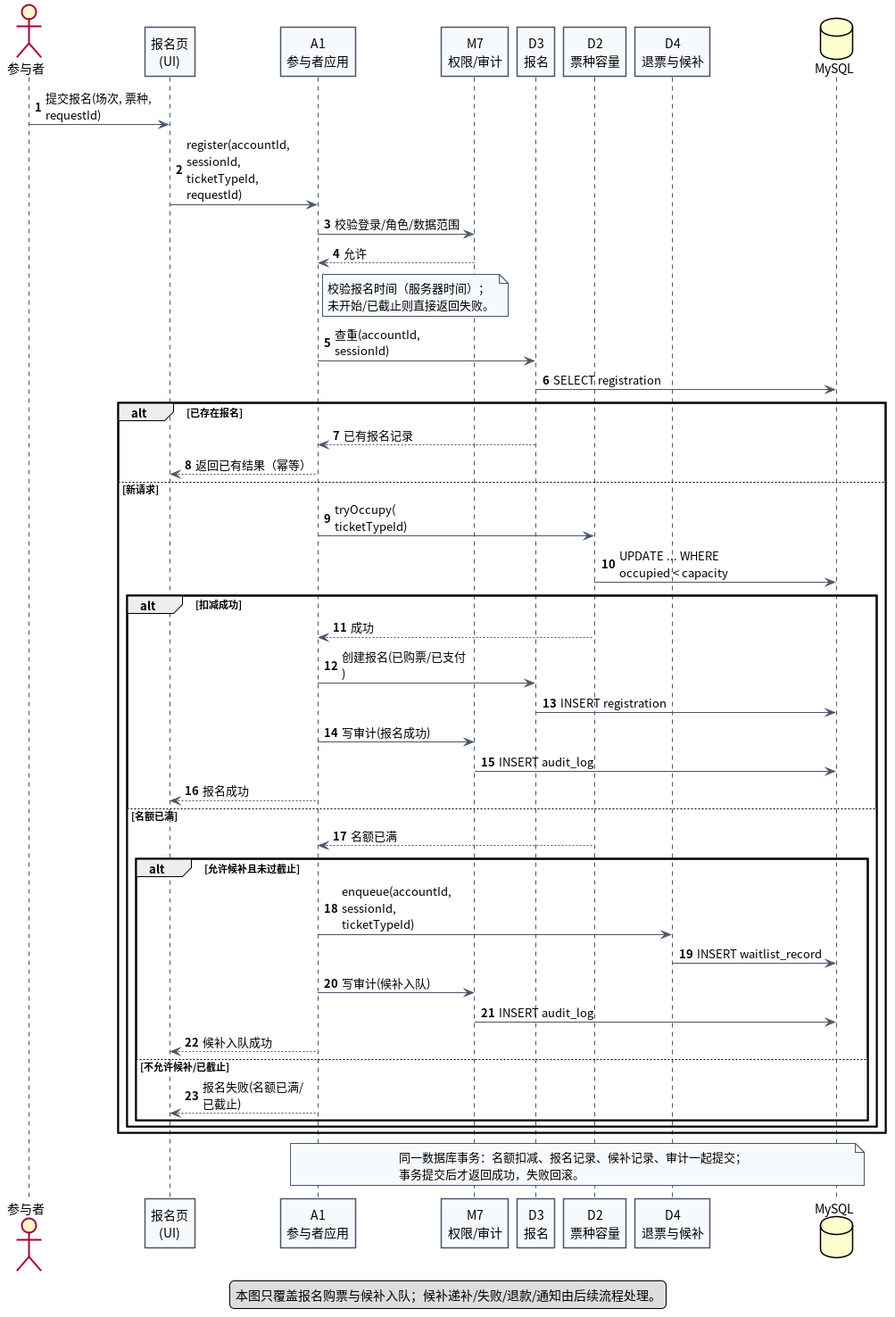
The PlantUML diagram lab2/UML/UML时序图_报名购票.png in Lewis-44-China/se-lab1-requirements, before a commit.
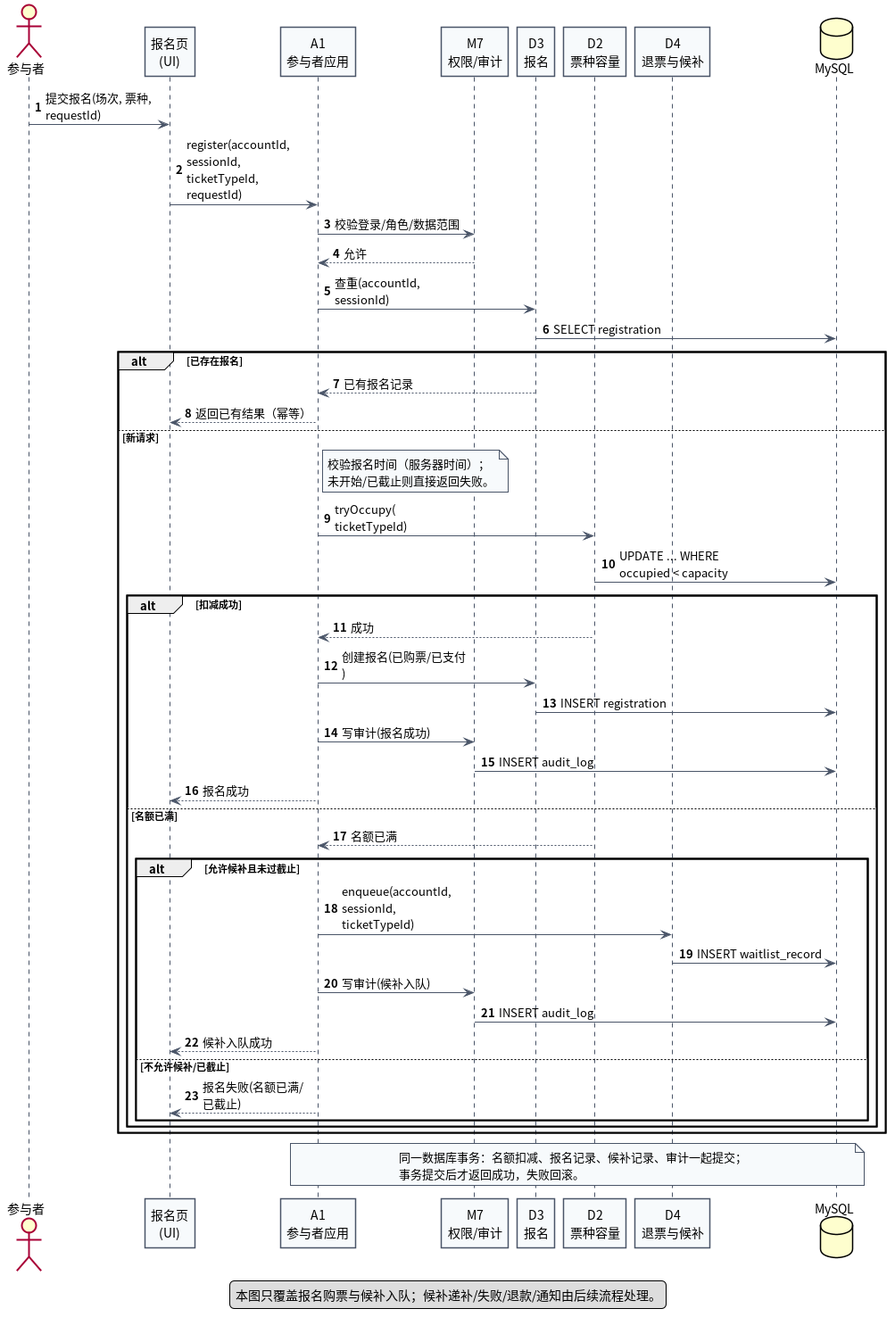
The same file after the commit.

Commit message:
lab2: 时序图一致性检查

Change to the diagram source:
```diff
@@ -25,16 +25,16 @@
 UI -> A1 : register(accountId, sessionId, ticketTypeId, requestId)
 A1 -> M7 : 校验登录/角色/数据范围
 M7 --> A1 : 允许
-note right of A1
-  校验报名时间（服务器时间）；
-  未开始/已截止则直接返回失败。
-end note
 A1 -> D3 : 查重(accountId, sessionId)
 D3 -> DB : SELECT registration
 alt 已存在报名
   D3 --> A1 : 已有报名记录
   A1 --> UI : 返回已有结果（幂等）
 else 新请求
+  note right of A1
+    校验报名时间（服务器时间）；
+    未开始/已截止则直接返回失败。
+  end note
   A1 -> D2 : tryOccupy(ticketTypeId)
   D2 -> DB : UPDATE ... WHERE occupied < capacity
   alt 扣减成功
```
